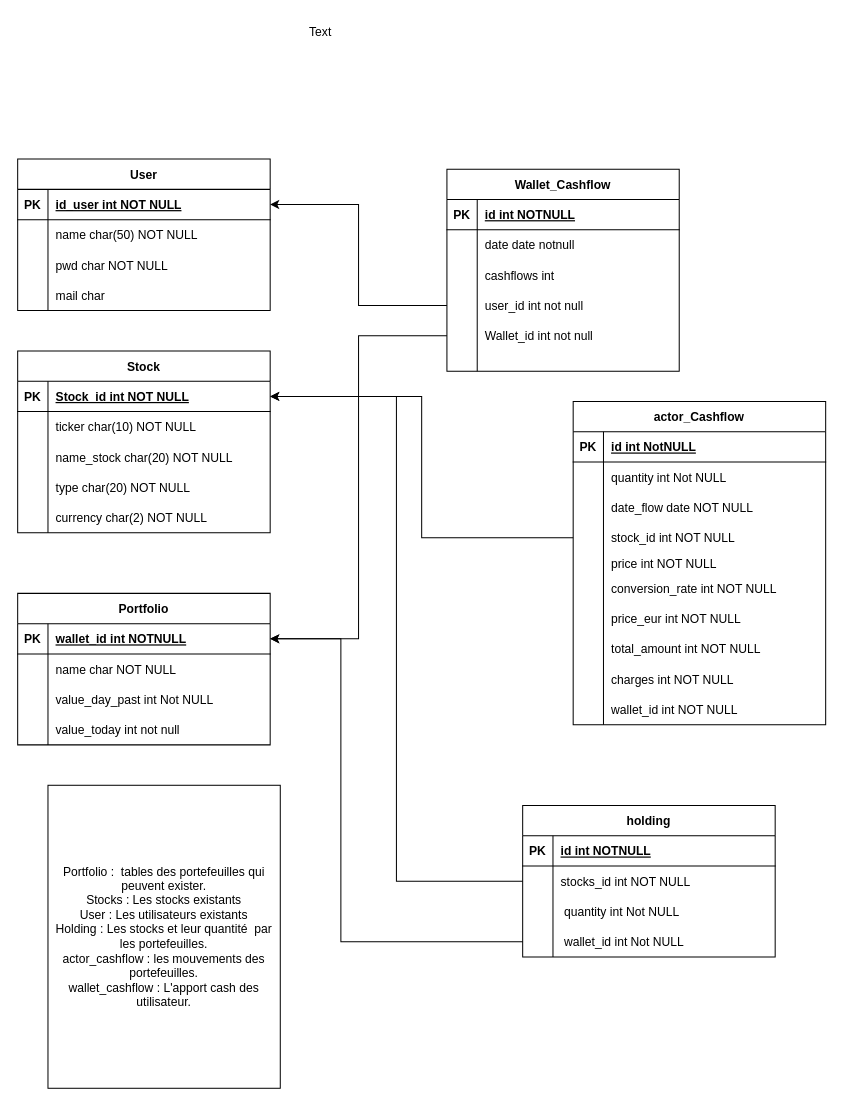
Before: umbrella.drawio in TsGeller/Backend_PortfolioUM, a draw.io diagram. Source tidied: cells renumbered, new cells numbered last; positions are measured from the earlier drawing's top-left corner, leaving out a move shared by most shapes. Both pictures are drawn from the tidied source at 101%, with x=0, y=0 at pixel (17, 17).
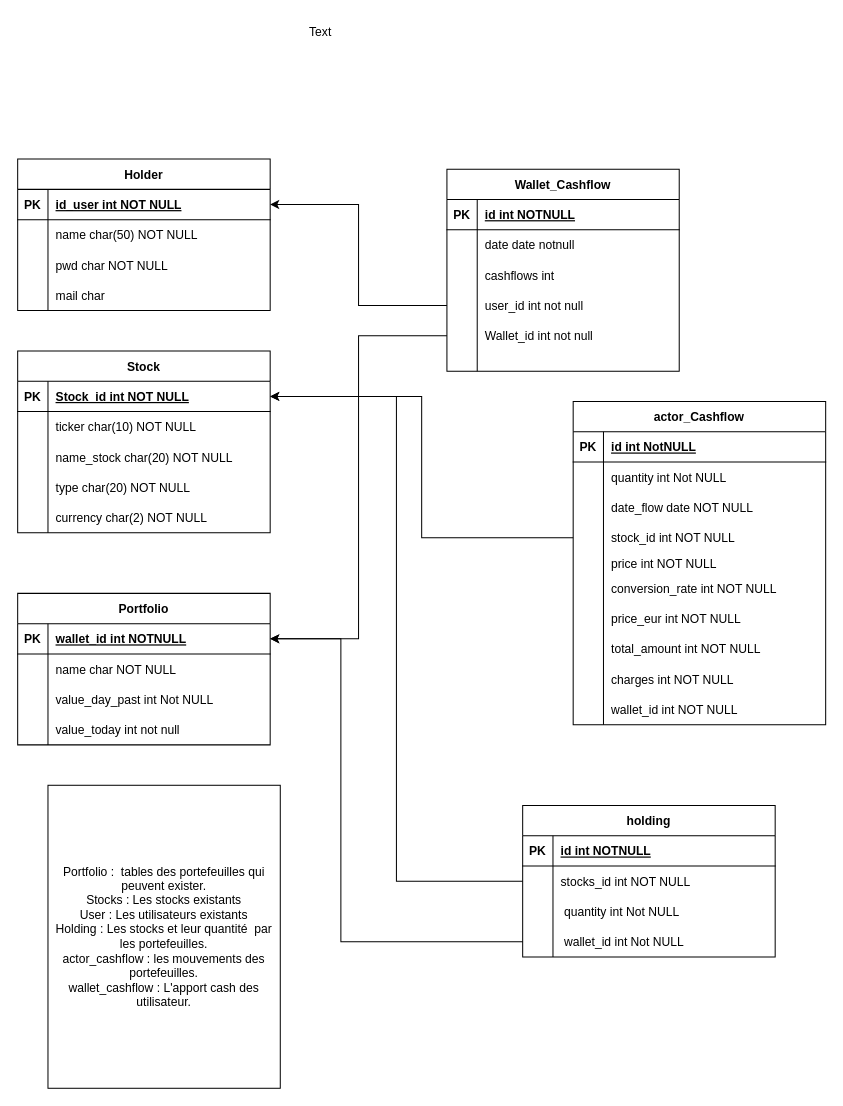
After the change.

The edit, as a diff of the source:
```diff
@@
-    <mxCell id="33" value="User" style="shape=table;startSize=30;childLayout=tableLayout;rowLines=0;fontStyle=1;align=center;" parent="1" vertex="1">
+    <mxCell id="33" value="Holder" style="shape=table;startSize=30;childLayout=tableLayout;rowLines=0;fontStyle=1;align=center;" parent="1" vertex="1">
       <mxGeometry y="140" width="250" height="150" as="geometry" />
     </mxCell>
```
